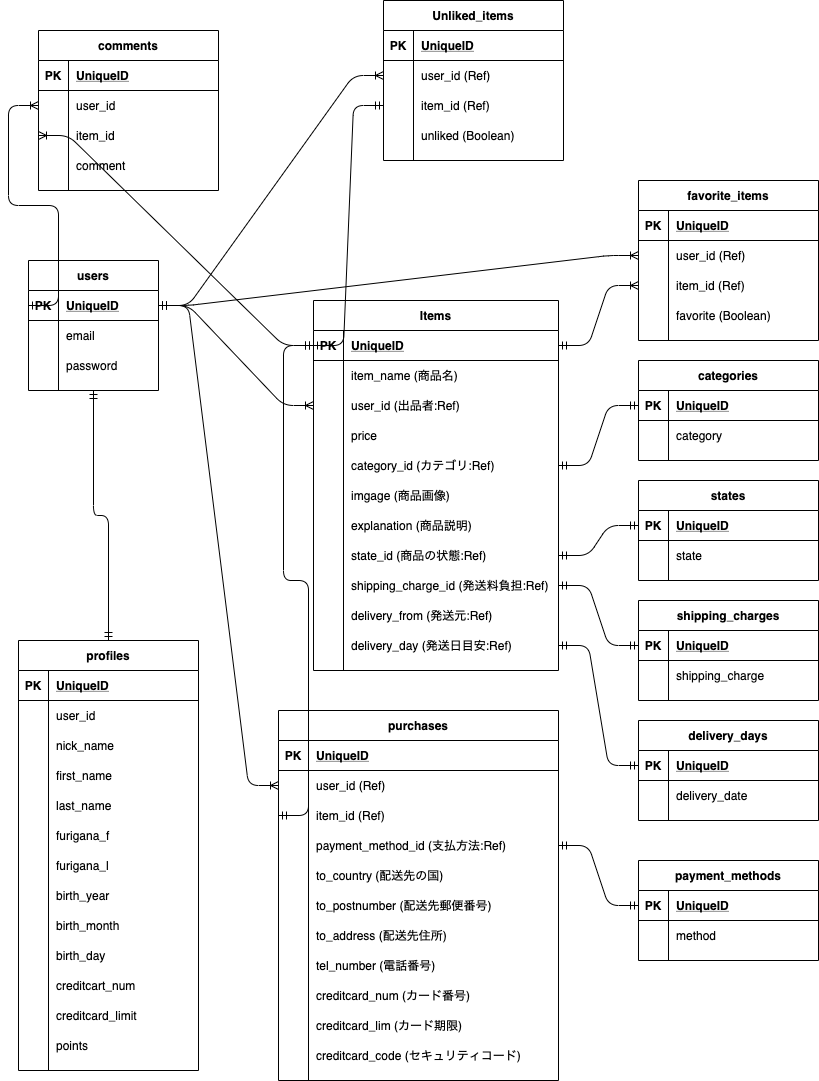
Above: app/assets/images/ER図.png in f-mio/furima-32852 (draw.io), before the change. Source tidied: cells renumbered, new cells last; positions are measured from the earlier drawing's top-left corner, leaving out a move shared by most shapes.
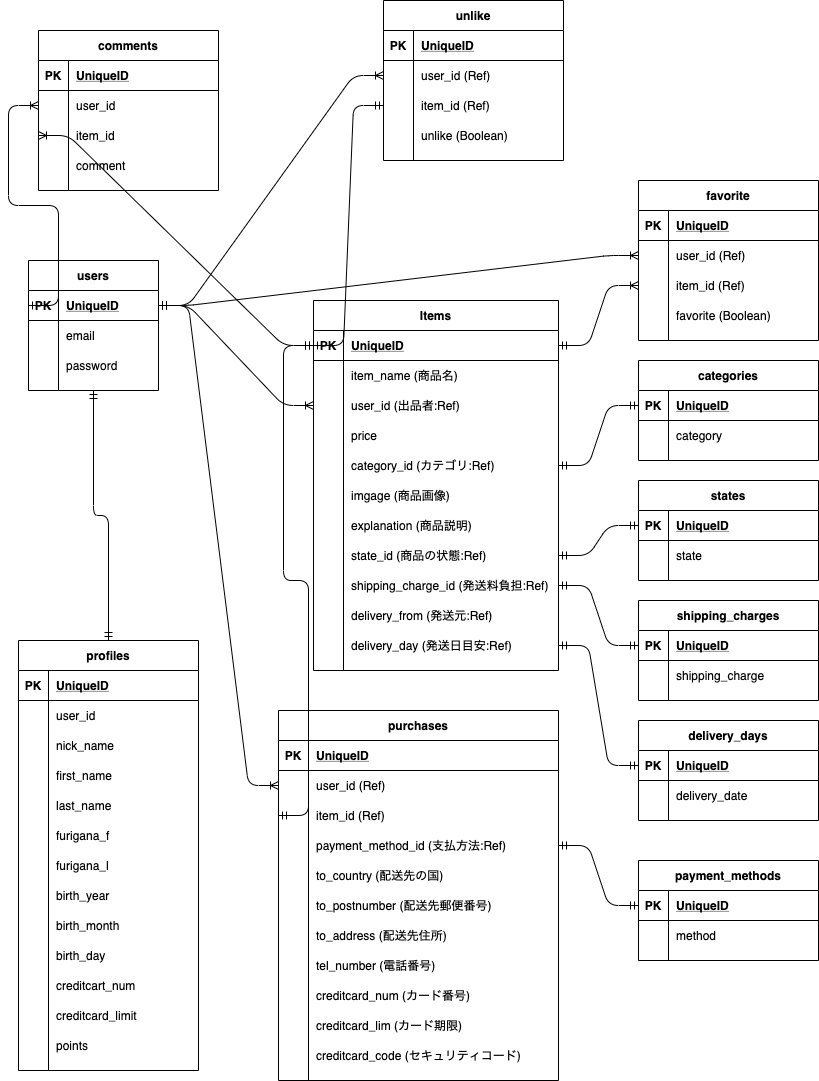
The same diagram one commit later.

The edit, as a diff of the source:
```diff
@@ -440,7 +440,7 @@
     <mxCell id="147" value="comment" style="shape=partialRectangle;fillColor=none;top=0;left=0;bottom=0;right=0;align=left;spacingLeft=6;overflow=hidden;" parent="145" vertex="1">
       <mxGeometry x="30" width="150" height="30" as="geometry" />
     </mxCell>
-    <mxCell id="148" value="favorite_items" style="shape=table;startSize=30;rowLines=0;fontStyle=1;align=center;" parent="1" vertex="1">
+    <mxCell id="148" value="favorite" style="shape=table;startSize=30;rowLines=0;fontStyle=1;align=center;" parent="1" vertex="1">
       <mxGeometry x="620" y="180" width="180" height="160" as="geometry" />
     </mxCell>
     <mxCell id="149" style="shape=partialRectangle;fillColor=none;top=0;left=0;bottom=1;right=0;" parent="148" vertex="1">
@@ -479,7 +479,7 @@
     <mxCell id="160" value="favorite (Boolean)" style="shape=partialRectangle;fillColor=none;top=0;left=0;bottom=0;right=0;align=left;spacingLeft=6;overflow=hidden;" parent="158" vertex="1">
       <mxGeometry x="30" width="150" height="30" as="geometry" />
     </mxCell>
-    <mxCell id="161" value="Unliked_items" style="shape=table;startSize=30;rowLines=0;fontStyle=1;align=center;" parent="1" vertex="1">
+    <mxCell id="161" value="unlike" style="shape=table;startSize=30;rowLines=0;fontStyle=1;align=center;" parent="1" vertex="1">
       <mxGeometry x="365" width="180" height="160" as="geometry" />
     </mxCell>
     <mxCell id="162" style="shape=partialRectangle;fillColor=none;top=0;left=0;bottom=1;right=0;" parent="161" vertex="1">
@@ -515,7 +515,7 @@
     <mxCell id="172" style="shape=partialRectangle;fillColor=none;top=0;left=0;bottom=0;right=0;overflow=hidden;" parent="171" vertex="1">
       <mxGeometry width="30" height="30" as="geometry" />
     </mxCell>
-    <mxCell id="173" value="unliked (Boolean)" style="shape=partialRectangle;fillColor=none;top=0;left=0;bottom=0;right=0;align=left;spacingLeft=6;overflow=hidden;" parent="171" vertex="1">
+    <mxCell id="173" value="unlike (Boolean)" style="shape=partialRectangle;fillColor=none;top=0;left=0;bottom=0;right=0;align=left;spacingLeft=6;overflow=hidden;" parent="171" vertex="1">
       <mxGeometry x="30" width="150" height="30" as="geometry" />
     </mxCell>
     <mxCell id="174" style="edgeStyle=entityRelationEdgeStyle;fontSize=12;html=1;endArrow=ERoneToMany;startArrow=ERmandOne;exitX=1;exitY=0.5;exitDx=0;exitDy=0;" parent="1" edge="1" source="3" target="60">
```
